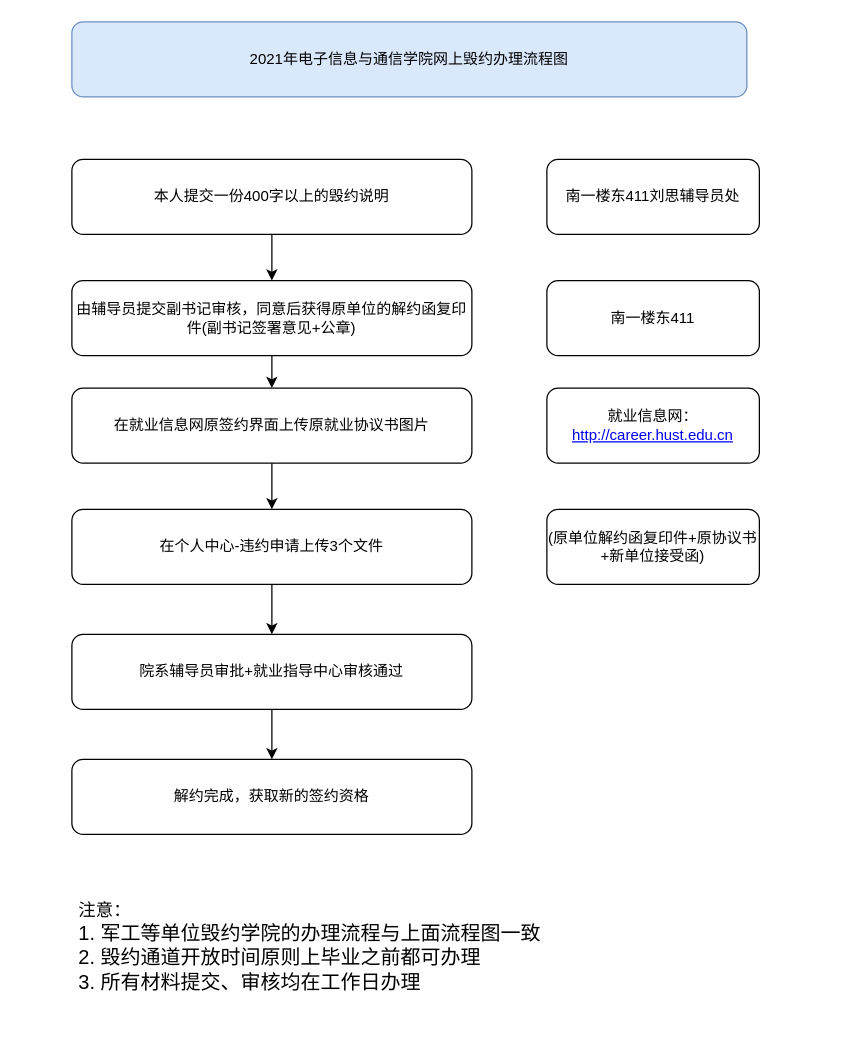
The draw.io diagram 毕业生网上毁约办理流程图.drawio in muguang123/drwaio, before the edit. Source tidied: cells renumbered, new cells numbered last; positions are measured from the earlier drawing's top-left corner, leaving out a move shared by most shapes. Both pictures are drawn from the tidied source at 125%, with x=0, y=0 at pixel (71, 21).
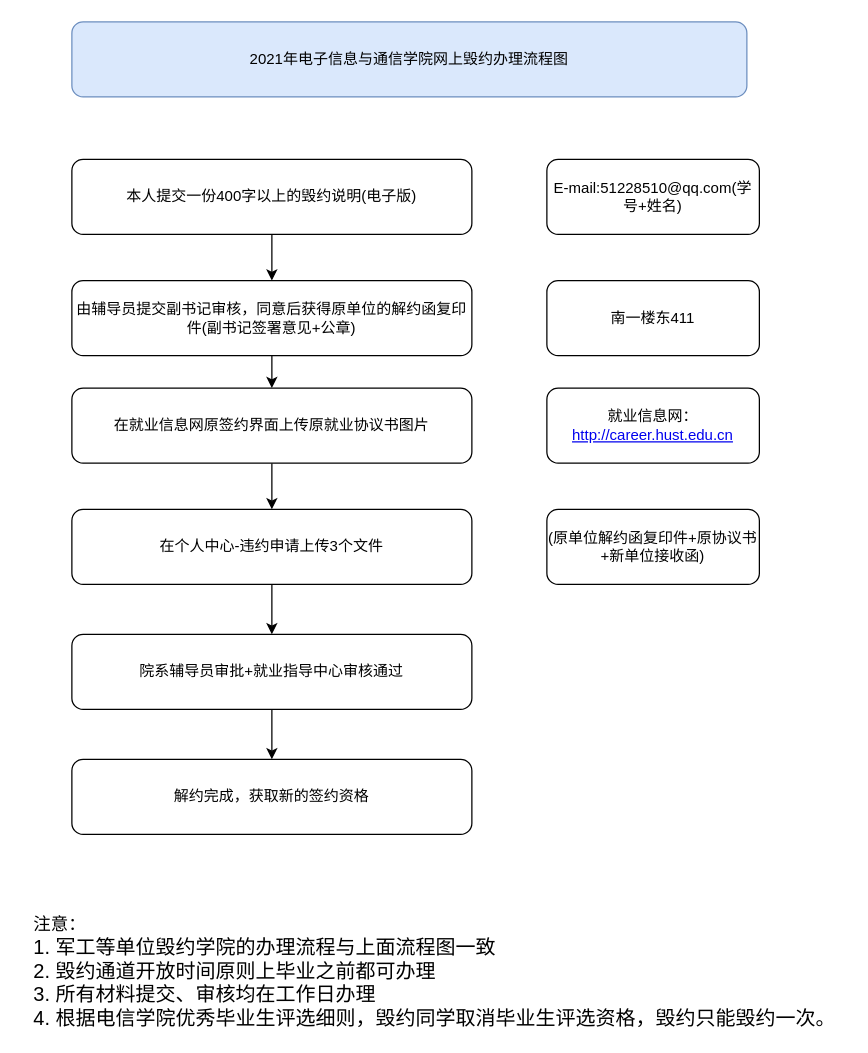
The same page after the edit.

Commit message:
Update 毕业生网上毁约办理流程图.drawio

The edit, as a diff of the source:
```diff
@@
 <mxGraphModel>
   <root>
     <mxCell id="0" />
     <mxCell id="1" parent="0" />
     <mxCell id="2" value="2021年电子信息与通信学院网上毁约办理流程图" style="rounded=1;whiteSpace=wrap;html=1;fillColor=#dae8fc;strokeColor=#6c8ebf;" parent="1" vertex="1">
       <mxGeometry width="540" height="60" as="geometry" />
     </mxCell>
     <mxCell id="3" style="edgeStyle=orthogonalEdgeStyle;rounded=0;jettySize=auto;html=1;exitX=0.5;exitY=1;exitDx=0;exitDy=0;entryX=0.5;entryY=0;entryDx=0;entryDy=0;" parent="1" edge="1" source="4" target="13">
       <mxGeometry relative="1" as="geometry" />
     </mxCell>
-    <mxCell id="4" value="本人提交一份400字以上的毁约说明" style="rounded=1;whiteSpace=wrap;html=1;" parent="1" vertex="1">
+    <mxCell id="4" value="本人提交一份400字以上的毁约说明(电子版)" style="rounded=1;whiteSpace=wrap;html=1;" parent="1" vertex="1">
       <mxGeometry y="110" width="320" height="60" as="geometry" />
     </mxCell>
     <mxCell id="5" style="edgeStyle=orthogonalEdgeStyle;rounded=0;jettySize=auto;html=1;exitX=0.5;exitY=1;exitDx=0;exitDy=0;" parent="1" edge="1" source="6" target="8">
       <mxGeometry relative="1" as="geometry" />
     </mxCell>
     <mxCell id="6" value="在就业信息网原签约界面上传原就业协议书图片" style="rounded=1;whiteSpace=wrap;html=1;" parent="1" vertex="1">
       <mxGeometry y="293" width="320" height="60" as="geometry" />
     </mxCell>
     <mxCell id="7" style="edgeStyle=orthogonalEdgeStyle;rounded=0;jettySize=auto;html=1;exitX=0.5;exitY=1;exitDx=0;exitDy=0;" parent="1" edge="1" source="8" target="10">
       <mxGeometry relative="1" as="geometry" />
     </mxCell>
     <mxCell id="8" value="在个人中心-违约申请上传3个文件" style="rounded=1;whiteSpace=wrap;html=1;" parent="1" vertex="1">
       <mxGeometry y="390" width="320" height="60" as="geometry" />
     </mxCell>
     <mxCell id="9" style="edgeStyle=orthogonalEdgeStyle;rounded=0;jettySize=auto;html=1;exitX=0.5;exitY=1;exitDx=0;exitDy=0;entryX=0.5;entryY=0;entryDx=0;entryDy=0;" parent="1" edge="1" source="10" target="11">
       <mxGeometry relative="1" as="geometry" />
     </mxCell>
     <mxCell id="10" value="院系辅导员审批+就业指导中心审核通过" style="rounded=1;whiteSpace=wrap;html=1;" parent="1" vertex="1">
       <mxGeometry y="490" width="320" height="60" as="geometry" />
     </mxCell>
     <mxCell id="11" value="解约完成，获取新的签约资格" style="rounded=1;whiteSpace=wrap;html=1;" parent="1" vertex="1">
       <mxGeometry y="590" width="320" height="60" as="geometry" />
     </mxCell>
     <mxCell id="12" style="edgeStyle=orthogonalEdgeStyle;rounded=0;jettySize=auto;html=1;exitX=0.5;exitY=1;exitDx=0;exitDy=0;entryX=0.5;entryY=0;entryDx=0;entryDy=0;" parent="1" edge="1" source="13" target="6">
       <mxGeometry relative="1" as="geometry" />
     </mxCell>
     <mxCell id="13" value="由辅导员提交副书记审核，同意后获得原单位的解约函复印件(副书记签署意见+公章)" style="rounded=1;whiteSpace=wrap;html=1;" parent="1" vertex="1">
       <mxGeometry y="207" width="320" height="60" as="geometry" />
     </mxCell>
-    <mxCell id="14" value="南一楼东411刘思辅导员处" style="rounded=1;whiteSpace=wrap;html=1;" parent="1" vertex="1">
+    <mxCell id="14" value="E-mail:51228510@qq.com(学号+姓名)" style="rounded=1;whiteSpace=wrap;html=1;" parent="1" vertex="1">
       <mxGeometry x="380" y="110" width="170" height="60" as="geometry" />
     </mxCell>
     <mxCell id="15" value="南一楼东411" style="rounded=1;whiteSpace=wrap;html=1;" parent="1" vertex="1">
       <mxGeometry x="380" y="207" width="170" height="60" as="geometry" />
     </mxCell>
     <mxCell id="16" value="就业信息网：&lt;a href=&quot;http://career.hust.edu.cn/&quot;&gt;http://career.hust.edu.cn&lt;/a&gt;" style="rounded=1;whiteSpace=wrap;html=1;" parent="1" vertex="1">
       <mxGeometry x="380" y="293" width="170" height="60" as="geometry" />
     </mxCell>
-    <mxCell id="17" value="&lt;span style=&quot;font-family: &amp;#34;helvetica&amp;#34;&quot;&gt;(原单位解约函复印件+原协议书+新单位接受函)&lt;/span&gt;" style="rounded=1;whiteSpace=wrap;html=1;" parent="1" vertex="1">
+    <mxCell id="17" value="&lt;span style=&quot;font-family: &amp;#34;helvetica&amp;#34;&quot;&gt;(原单位解约函复印件+原协议书+新单位接收函)&lt;/span&gt;" style="rounded=1;whiteSpace=wrap;html=1;" parent="1" vertex="1">
       <mxGeometry x="380" y="390" width="170" height="60" as="geometry" />
     </mxCell>
-    <mxCell id="18" value="&lt;div style=&quot;text-align: left&quot;&gt;&lt;span&gt;&lt;font style=&quot;font-size: 14px&quot;&gt;注意：&lt;/font&gt;&lt;/span&gt;&lt;/div&gt;&lt;div style=&quot;text-align: left&quot;&gt;&lt;span&gt;&lt;font size=&quot;3&quot;&gt;1. 军工等单位毁约学院的办理流程与上面流程图一致&lt;/font&gt;&lt;/span&gt;&lt;/div&gt;&lt;div style=&quot;text-align: left&quot;&gt;&lt;span&gt;&lt;font size=&quot;3&quot;&gt;2. 毁约通道开放时间原则上毕业之前都可办理&lt;/font&gt;&lt;/span&gt;&lt;/div&gt;&lt;div style=&quot;text-align: left&quot;&gt;&lt;span&gt;&lt;font size=&quot;3&quot;&gt;3. 所有材料提交、审核均在工作日办理&lt;/font&gt;&lt;/span&gt;&lt;/div&gt;" style="text;html=1;align=center;verticalAlign=middle;" parent="1" vertex="1">
-      <mxGeometry y="710" width="380" height="60" as="geometry" />
+    <mxCell id="18" value="&lt;div style=&quot;text-align: left&quot;&gt;&lt;span&gt;&lt;font style=&quot;font-size: 14px&quot;&gt;注意：&lt;/font&gt;&lt;/span&gt;&lt;/div&gt;&lt;div style=&quot;text-align: left&quot;&gt;&lt;span&gt;&lt;font size=&quot;3&quot;&gt;1. 军工等单位毁约学院的办理流程与上面流程图一致&lt;/font&gt;&lt;/span&gt;&lt;/div&gt;&lt;div style=&quot;text-align: left&quot;&gt;&lt;span&gt;&lt;font size=&quot;3&quot;&gt;2. 毁约通道开放时间原则上毕业之前都可办理&lt;/font&gt;&lt;/span&gt;&lt;/div&gt;&lt;div style=&quot;text-align: left&quot;&gt;&lt;span&gt;&lt;font size=&quot;3&quot;&gt;3. 所有材料提交、审核均在工作日办理&lt;/font&gt;&lt;/span&gt;&lt;/div&gt;&lt;div style=&quot;text-align: left&quot;&gt;&lt;span&gt;&lt;font size=&quot;3&quot;&gt;4. 根据电信学院优秀毕业生评选细则，毁约同学取消毕业生评选资格，毁约只能毁约一次。&lt;/font&gt;&lt;/span&gt;&lt;/div&gt;" style="text;html=1;align=center;verticalAlign=middle;" parent="1" vertex="1">
+      <mxGeometry x="-40" y="720" width="660" height="80" as="geometry" />
     </mxCell>
   </root>
 </mxGraphModel>
```
